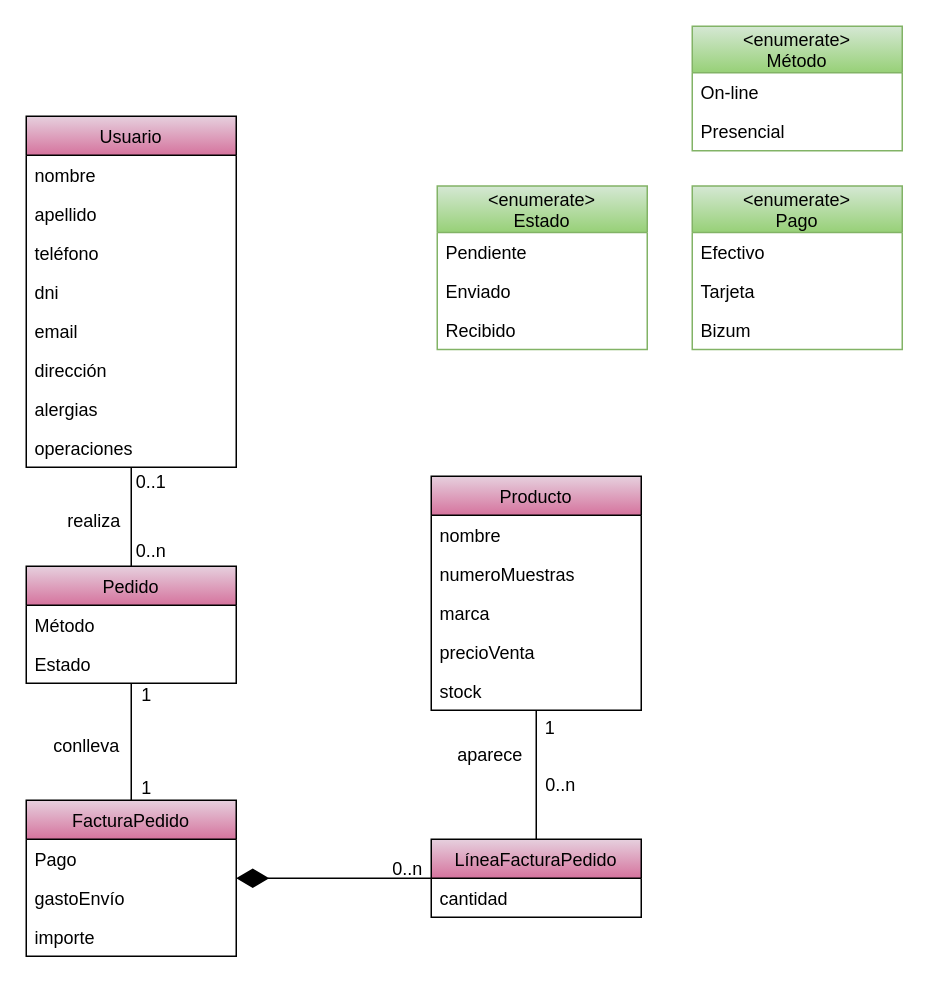
This is page "Venta" (3 of 4) of Recursos/Diagrama UML IR.drawio from Jesusjbs/clinicaDental-ir, a draw.io file, before an edit. Source tidied: cells renumbered, new cells numbered last; positions are measured from the earlier drawing's top-left corner, leaving out a move shared by most shapes. Both pictures are drawn from the tidied source at 150%, with x=0, y=0 at pixel (26, 26).
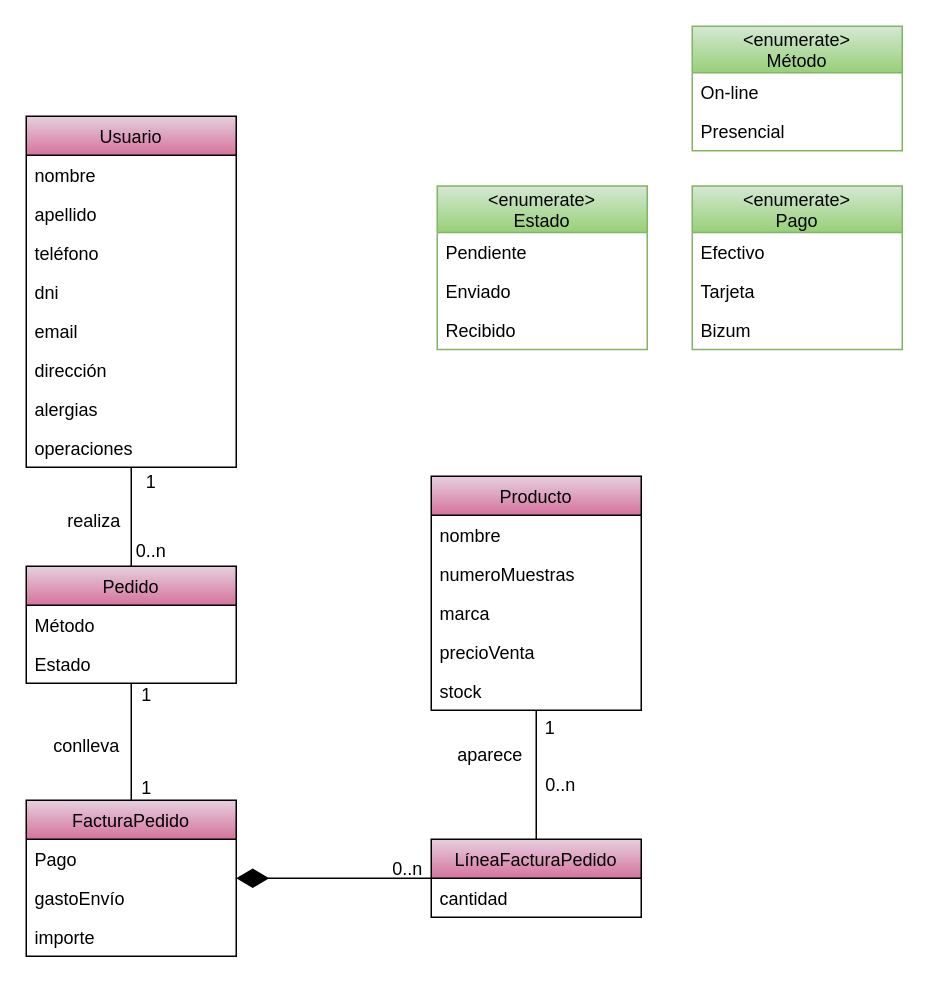
The same diagram, later.

What changed in the source:
```diff
@@
-    <mxCell id="40" value="0..1" style="text;html=1;align=center;verticalAlign=middle;" parent="1" vertex="1">
-      <mxGeometry x="63" y="294" width="40" height="20" as="geometry" />
+    <mxCell id="40" value="1" style="text;html=1;align=center;verticalAlign=middle;" parent="1" vertex="1">
+      <mxGeometry x="73" y="294" width="20" height="20" as="geometry" />
     </mxCell>
```
